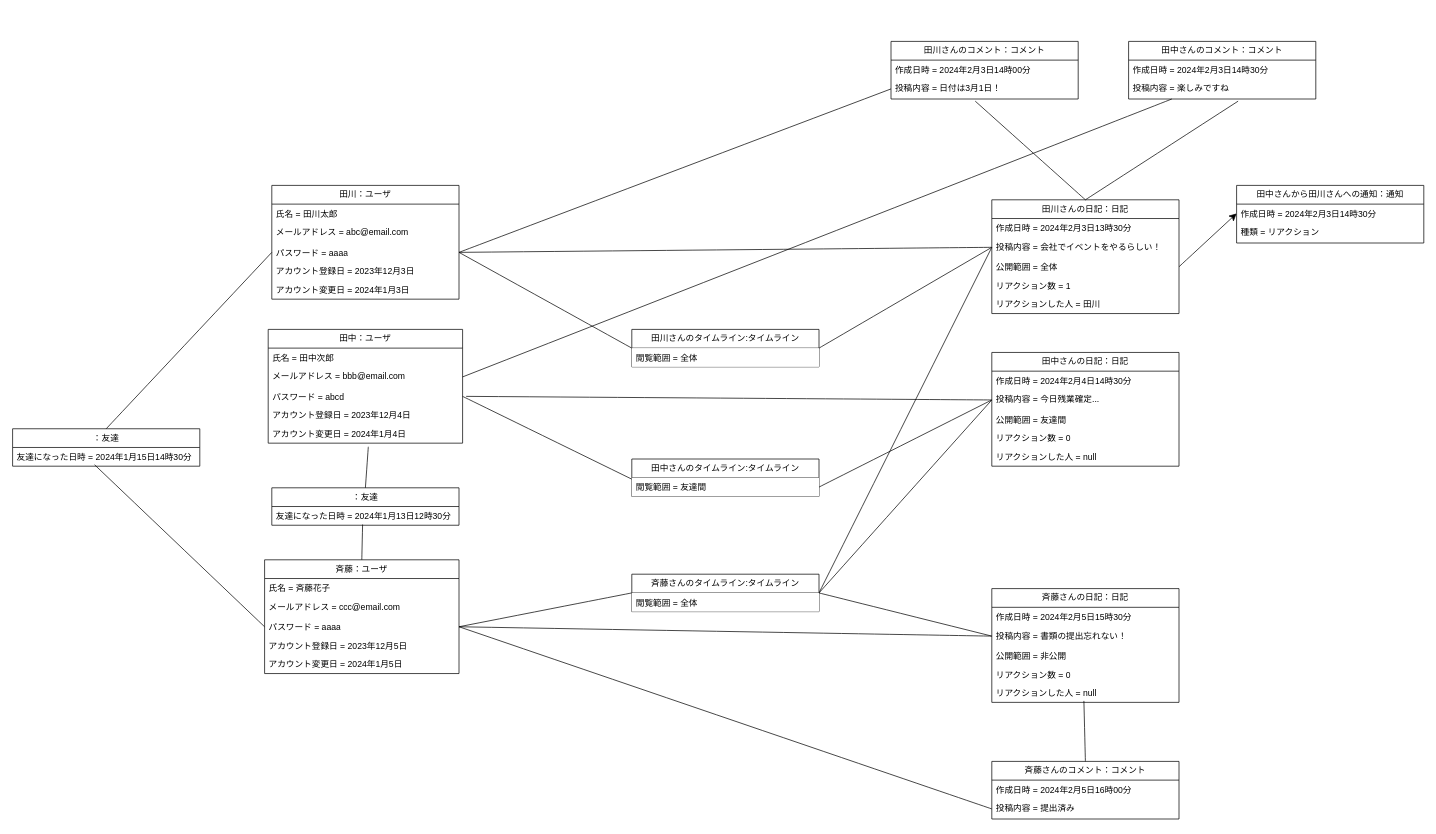
Before: 概念モデル/10_友達の日記にリアクションをする/友達の日記にリアクションをする.drawio in tawainfer/scorpio, a draw.io diagram. Source tidied: cells renumbered, new cells numbered last; positions are measured from the earlier drawing's top-left corner, leaving out a move shared by most shapes. Both pictures are drawn from the tidied source at 72%, with x=0, y=0 at pixel (12, 41).
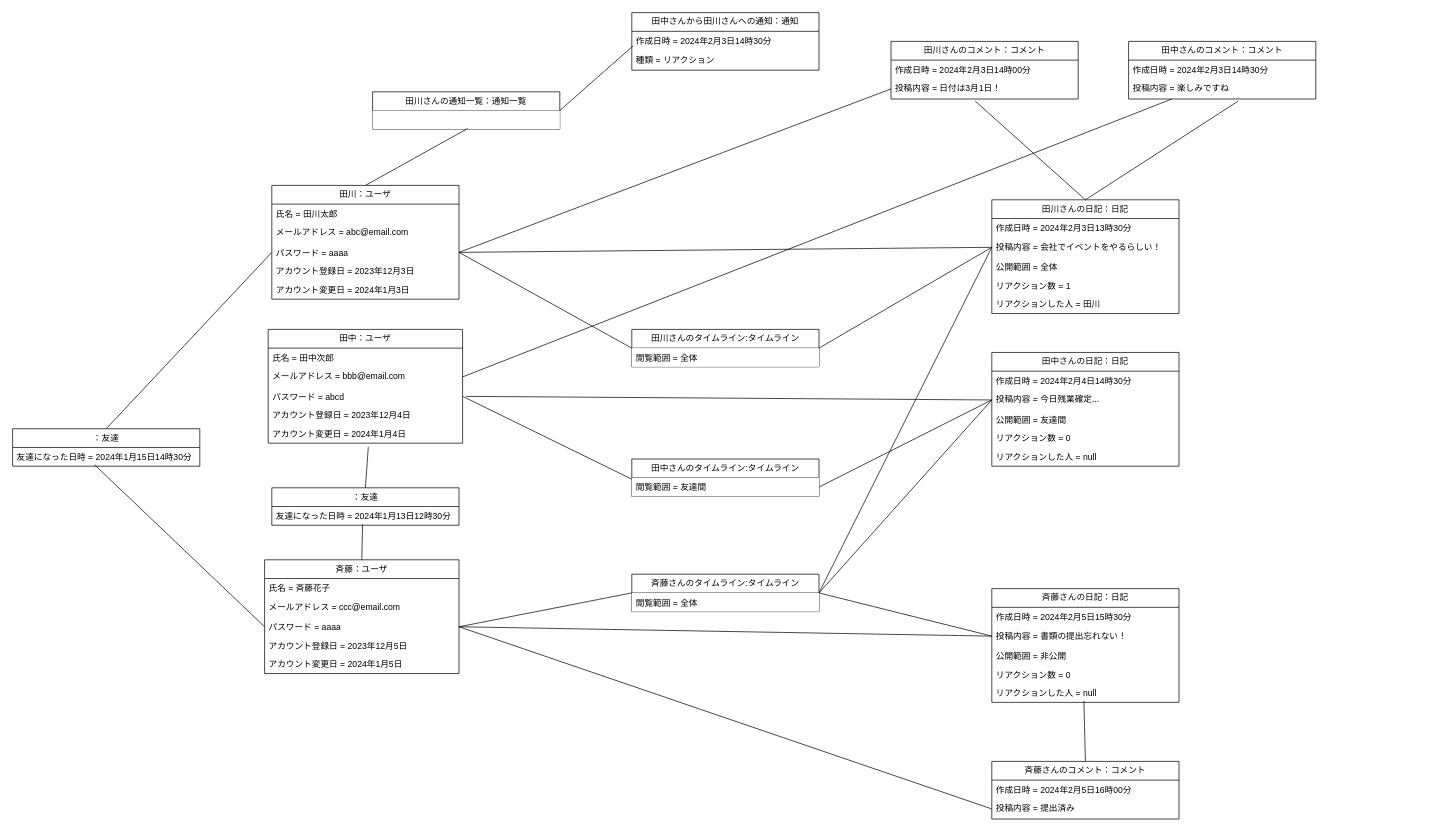
After the change.

Unchanged cells that the change refers to:
```xml
<mxCell id="2" value="田川：ユーザ" style="swimlane;fontStyle=0;horizontal=1;startSize=26;fillColor=none;whiteSpace=wrap;html=1;" parent="1" vertex="1">
  <mxGeometry x="360" y="200" width="260" height="158" as="geometry" />
</mxCell>
<mxCell id="23" value="公開範囲 = 全体" style="text;strokeColor=none;fillColor=none;align=left;verticalAlign=top;spacingLeft=4;spacingRight=4;overflow=hidden;points=[[0,0.5],[1,0.5]];portConstraint=eastwest;whiteSpace=wrap;html=1;" parent="20" vertex="1">
  <mxGeometry y="80" width="260" height="26" as="geometry" />
</mxCell>
<mxCell id="79" value="作成日時 =&amp;nbsp;2024年2月3日14時30分" style="text;strokeColor=none;fillColor=none;align=left;verticalAlign=top;spacingLeft=4;spacingRight=4;overflow=hidden;points=[[0,0.5],[1,0.5]];portConstraint=eastwest;whiteSpace=wrap;html=1;" parent="78" vertex="1">
  <mxGeometry y="26" width="260" height="26" as="geometry" />
</mxCell>
```

Diff of the diagram source:
```diff
@@
     <mxCell id="78" value="田中さんから田川さんへの通知：通知" style="swimlane;fontStyle=0;horizontal=1;startSize=26;fillColor=none;whiteSpace=wrap;html=1;" parent="1" vertex="1">
-      <mxGeometry x="1700" y="200" width="260" height="80" as="geometry" />
+      <mxGeometry x="860" y="-40" width="260" height="80" as="geometry" />
     </mxCell>
@@
-    <mxCell id="81" style="edgeStyle=none;curved=1;rounded=0;jettySize=auto;html=1;exitX=1;exitY=0.5;exitDx=0;exitDy=0;entryX=0;entryY=0.5;entryDx=0;entryDy=0;fontSize=12;startSize=8;endSize=8;" parent="1" edge="1" source="23" target="79">
-      <mxGeometry relative="1" as="geometry" />
-    </mxCell>
+    <mxCell id="82" value="田川さんの通知一覧：通知一覧" style="swimlane;fontStyle=0;horizontal=1;startSize=26;fillColor=default;whiteSpace=wrap;html=1;" parent="1" vertex="1">
+      <mxGeometry x="500" y="70" width="260" height="52" as="geometry" />
+    </mxCell>
+    <mxCell id="83" style="text;strokeColor=none;fillColor=default;align=left;verticalAlign=top;spacingLeft=4;spacingRight=4;overflow=hidden;points=[[0,0.5],[1,0.5]];portConstraint=eastwest;whiteSpace=wrap;html=1;" parent="82" vertex="1">
+      <mxGeometry y="26" width="260" height="26" as="geometry" />
+    </mxCell>
+    <mxCell id="84" style="edgeStyle=none;curved=1;rounded=0;jettySize=auto;html=1;exitX=0.008;exitY=0.769;exitDx=0;exitDy=0;entryX=1;entryY=0.5;entryDx=0;entryDy=0;fontSize=12;startSize=8;endSize=8;endArrow=none;endFill=0;exitPerimeter=0;" parent="1" edge="1" source="79" target="82">
+      <mxGeometry relative="1" as="geometry" />
+    </mxCell>
+    <mxCell id="85" style="edgeStyle=none;curved=1;rounded=0;jettySize=auto;html=1;exitX=0.5;exitY=0;exitDx=0;exitDy=0;entryX=0.508;entryY=0.962;entryDx=0;entryDy=0;entryPerimeter=0;fontSize=12;startSize=8;endSize=8;endArrow=none;endFill=0;" parent="1" edge="1" source="2" target="83">
+      <mxGeometry relative="1" as="geometry" />
+    </mxCell>
```
